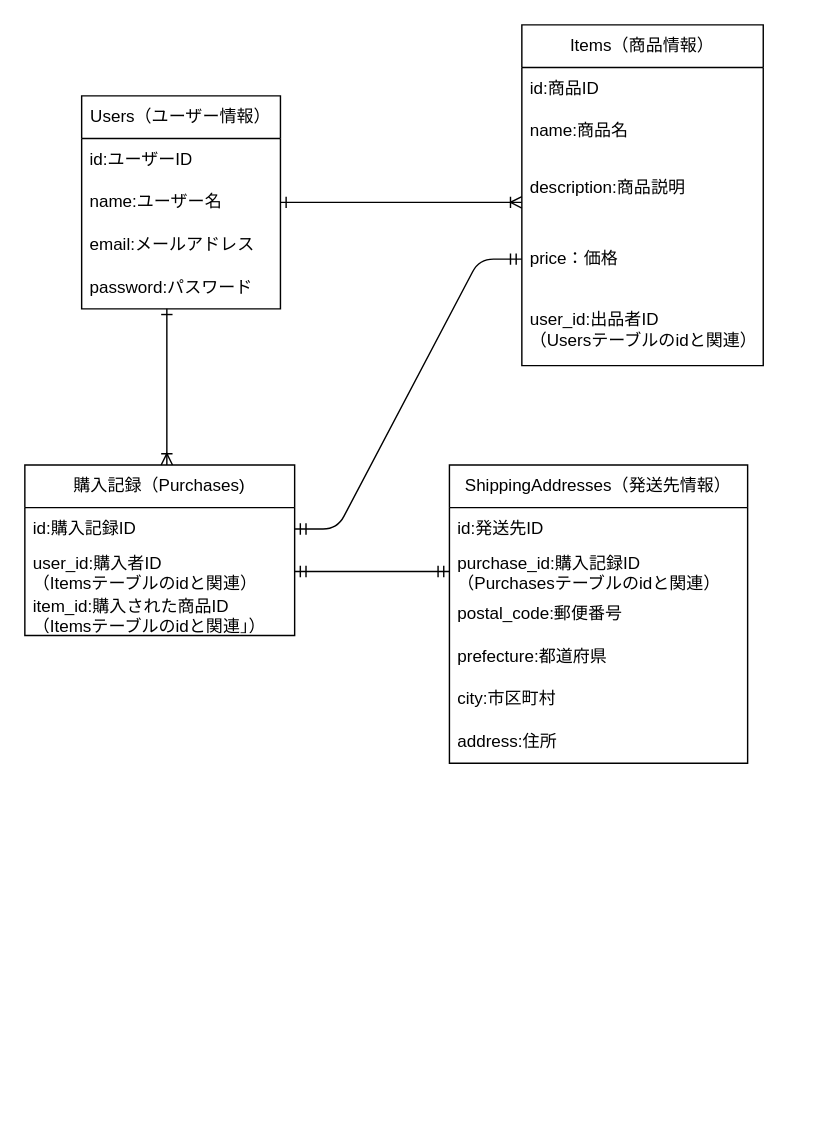
The draw.io diagram app/views/layouts/test.dio in yutaka41249/furima-41249, before the edit. Source tidied: cells renumbered, new cells numbered last; positions are measured from the earlier drawing's top-left corner, leaving out a move shared by most shapes. Both pictures are drawn from the tidied source at 142%, with x=0, y=0 at pixel (24, 24).
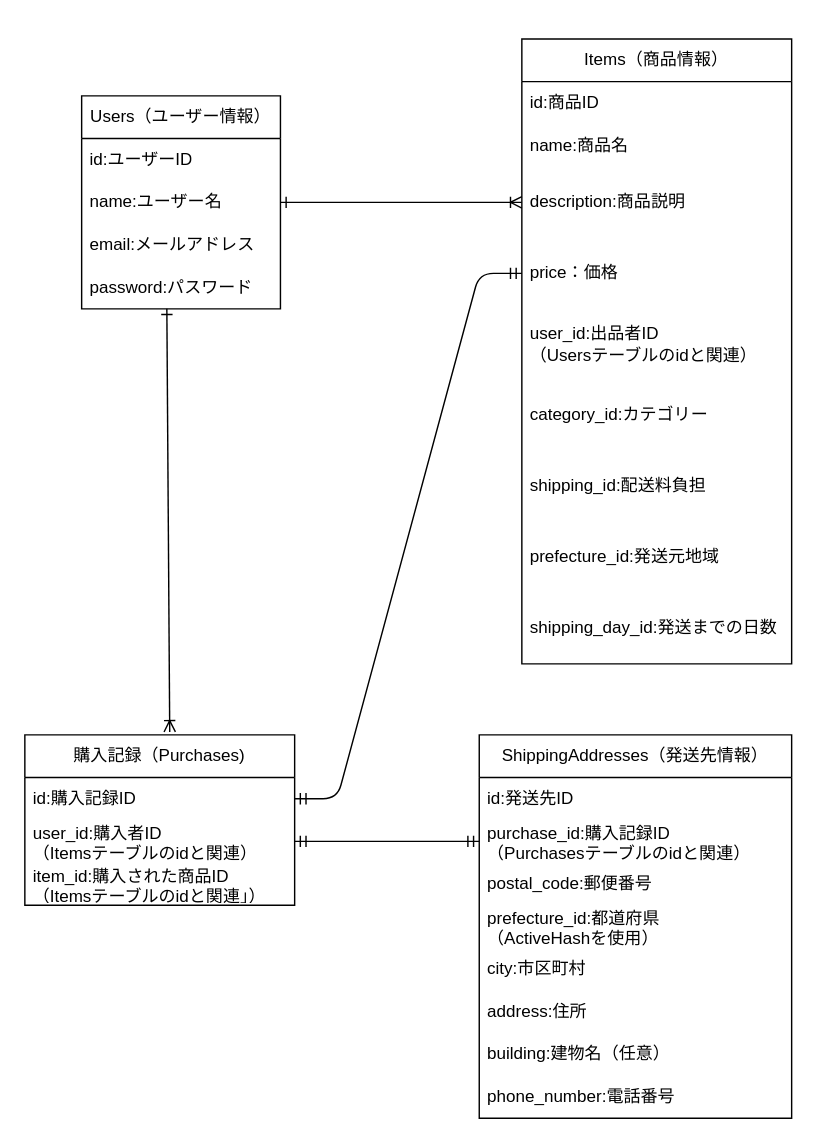
The same diagram, later.

The edit, as a diff of the source:
```diff
@@
     <mxCell id="9" value="Items（商品情報）" style="swimlane;fontStyle=0;horizontal=1;startSize=30;whiteSpace=wrap;html=1;" parent="1" vertex="1">
-      <mxGeometry x="350" width="170" height="240" as="geometry" />
+      <mxGeometry x="350" y="10" width="190" height="440" as="geometry" />
     </mxCell>
     <mxCell id="10" value="id:商品ID" style="text;strokeColor=none;fillColor=none;align=left;verticalAlign=middle;spacingLeft=4;spacingRight=4;overflow=hidden;whiteSpace=wrap;html=1;" parent="9" vertex="1">
-      <mxGeometry y="30" width="170" height="30" as="geometry" />
+      <mxGeometry y="30" width="190" height="30" as="geometry" />
     </mxCell>
     <mxCell id="11" value="name:商品名" style="text;strokeColor=none;fillColor=none;align=left;verticalAlign=middle;spacingLeft=4;spacingRight=4;overflow=hidden;whiteSpace=wrap;html=1;" parent="9" vertex="1">
-      <mxGeometry y="60" width="170" height="30" as="geometry" />
+      <mxGeometry y="60" width="190" height="30" as="geometry" />
     </mxCell>
     <mxCell id="12" value="description:商品説明" style="text;strokeColor=none;fillColor=none;align=left;verticalAlign=middle;spacingLeft=4;spacingRight=4;overflow=hidden;whiteSpace=wrap;html=1;" parent="9" vertex="1">
-      <mxGeometry y="90" width="170" height="50" as="geometry" />
+      <mxGeometry y="90" width="190" height="50" as="geometry" />
     </mxCell>
     <mxCell id="13" value="price：価格" style="text;strokeColor=none;fillColor=none;align=left;verticalAlign=middle;spacingLeft=4;spacingRight=4;overflow=hidden;points=[[0,0.5],[1,0.5]];portConstraint=eastwest;whiteSpace=wrap;html=1;" parent="9" vertex="1">
-      <mxGeometry y="140" width="170" height="50" as="geometry" />
+      <mxGeometry y="140" width="190" height="50" as="geometry" />
     </mxCell>
     <mxCell id="14" value="user_id:出品者ID&lt;br&gt;（Usersテーブルのidと関連）" style="text;strokeColor=none;fillColor=none;align=left;verticalAlign=middle;spacingLeft=4;spacingRight=4;overflow=hidden;whiteSpace=wrap;html=1;" parent="9" vertex="1">
-      <mxGeometry y="190" width="170" height="50" as="geometry" />
+      <mxGeometry y="190" width="190" height="50" as="geometry" />
     </mxCell>
+    <mxCell id="30" value="category_id:カテゴリー" style="text;strokeColor=none;fillColor=none;align=left;verticalAlign=middle;spacingLeft=4;spacingRight=4;overflow=hidden;whiteSpace=wrap;html=1;" parent="9" vertex="1">
+      <mxGeometry y="240" width="190" height="50" as="geometry" />
+    </mxCell>
+    <mxCell id="31" value="shipping_id:配送料負担" style="text;strokeColor=none;fillColor=none;align=left;verticalAlign=middle;spacingLeft=4;spacingRight=4;overflow=hidden;whiteSpace=wrap;html=1;" parent="9" vertex="1">
+      <mxGeometry y="290" width="190" height="50" as="geometry" />
+    </mxCell>
+    <mxCell id="32" value="prefecture_id:発送元地域" style="text;strokeColor=none;fillColor=none;align=left;verticalAlign=middle;spacingLeft=4;spacingRight=4;overflow=hidden;whiteSpace=wrap;html=1;" parent="9" vertex="1">
+      <mxGeometry y="340" width="190" height="50" as="geometry" />
+    </mxCell>
+    <mxCell id="33" value="shipping_day_id:発送までの日数" style="text;strokeColor=none;fillColor=none;align=left;verticalAlign=middle;spacingLeft=4;spacingRight=4;overflow=hidden;whiteSpace=wrap;html=1;" parent="9" vertex="1">
+      <mxGeometry y="390" width="190" height="50" as="geometry" />
+    </mxCell>
     <mxCell id="15" value="購入記録（Purchases)" style="swimlane;fontStyle=0;horizontal=1;startSize=30;whiteSpace=wrap;html=1;" parent="1" vertex="1">
-      <mxGeometry y="310" width="190" height="120" as="geometry" />
+      <mxGeometry y="500" width="190" height="120" as="geometry" />
     </mxCell>
@@
     <mxCell id="19" value="ShippingAddresses（発送先情報）" style="swimlane;fontStyle=0;horizontal=1;startSize=30;whiteSpace=wrap;html=1;" parent="1" vertex="1">
-      <mxGeometry x="299" y="310" width="210" height="210" as="geometry" />
+      <mxGeometry x="320" y="500" width="220" height="270" as="geometry" />
     </mxCell>
     <mxCell id="20" value="id:発送先ID" style="text;strokeColor=none;fillColor=none;align=left;verticalAlign=middle;spacingLeft=4;spacingRight=4;overflow=hidden;whiteSpace=wrap;html=1;" parent="19" vertex="1">
-      <mxGeometry y="30" width="210" height="30" as="geometry" />
+      <mxGeometry y="30" width="220" height="30" as="geometry" />
     </mxCell>
     <mxCell id="21" value="purchase_id:購入記録ID&lt;br&gt;（Purchasesテーブルのidと関連）" style="text;strokeColor=none;fillColor=none;align=left;verticalAlign=middle;spacingLeft=4;spacingRight=4;overflow=hidden;points=[[0,0.5],[1,0.5]];portConstraint=eastwest;whiteSpace=wrap;html=1;" parent="19" vertex="1">
-      <mxGeometry y="60" width="210" height="30" as="geometry" />
+      <mxGeometry y="60" width="220" height="30" as="geometry" />
     </mxCell>
     <mxCell id="22" value="postal_code:郵便番号" style="text;strokeColor=none;fillColor=none;align=left;verticalAlign=middle;spacingLeft=4;spacingRight=4;overflow=hidden;whiteSpace=wrap;html=1;" parent="19" vertex="1">
-      <mxGeometry y="90" width="210" height="30" as="geometry" />
+      <mxGeometry y="90" width="220" height="30" as="geometry" />
     </mxCell>
-    <mxCell id="23" value="prefecture:都道府県" style="text;strokeColor=none;fillColor=none;align=left;verticalAlign=middle;spacingLeft=4;spacingRight=4;overflow=hidden;whiteSpace=wrap;html=1;" parent="19" vertex="1">
-      <mxGeometry y="120" width="210" height="30" as="geometry" />
+    <mxCell id="23" value="prefecture_id:都道府県&lt;br&gt;（ActiveHashを使用）" style="text;strokeColor=none;fillColor=none;align=left;verticalAlign=middle;spacingLeft=4;spacingRight=4;overflow=hidden;whiteSpace=wrap;html=1;" parent="19" vertex="1">
+      <mxGeometry y="120" width="220" height="30" as="geometry" />
     </mxCell>
     <mxCell id="24" value="city:市区町村" style="text;strokeColor=none;fillColor=none;align=left;verticalAlign=middle;spacingLeft=4;spacingRight=4;overflow=hidden;whiteSpace=wrap;html=1;" parent="19" vertex="1">
-      <mxGeometry y="150" width="210" height="30" as="geometry" />
+      <mxGeometry y="150" width="220" height="30" as="geometry" />
     </mxCell>
     <mxCell id="25" value="address:住所" style="text;strokeColor=none;fillColor=none;align=left;verticalAlign=middle;spacingLeft=4;spacingRight=4;overflow=hidden;whiteSpace=wrap;html=1;" parent="19" vertex="1">
-      <mxGeometry y="180" width="210" height="30" as="geometry" />
+      <mxGeometry y="180" width="220" height="30" as="geometry" />
     </mxCell>
+    <mxCell id="34" value="building:建物名（任意）" style="text;strokeColor=none;fillColor=none;align=left;verticalAlign=middle;spacingLeft=4;spacingRight=4;overflow=hidden;whiteSpace=wrap;html=1;" parent="19" vertex="1">
+      <mxGeometry y="210" width="220" height="30" as="geometry" />
+    </mxCell>
+    <mxCell id="35" value="phone_number:電話番号" style="text;strokeColor=none;fillColor=none;align=left;verticalAlign=middle;spacingLeft=4;spacingRight=4;overflow=hidden;whiteSpace=wrap;html=1;" parent="19" vertex="1">
+      <mxGeometry y="240" width="220" height="30" as="geometry" />
+    </mxCell>
@@
-    <mxCell id="29" style="html=1;startArrow=ERone;startFill=0;endArrow=ERoneToMany;endFill=0;" parent="1" edge="1">
+    <mxCell id="29" style="html=1;startArrow=ERone;startFill=0;endArrow=ERoneToMany;endFill=0;entryX=0.537;entryY=-0.017;entryDx=0;entryDy=0;entryPerimeter=0;" parent="1" edge="1" target="15">
       <mxGeometry relative="1" as="geometry">
         <mxPoint x="100" y="200" as="sourcePoint" />
-        <mxPoint x="100" y="310" as="targetPoint" />
       </mxGeometry>
     </mxCell>
```
